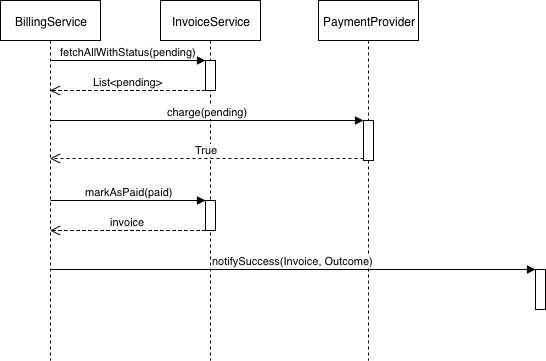
This is img/ps.png from elleFlorio/antaeus, a draw.io export, as it was before one commit. Source tidied: cells renumbered, new cells last; positions are measured from the earlier drawing's top-left corner, leaving out a move shared by most shapes.
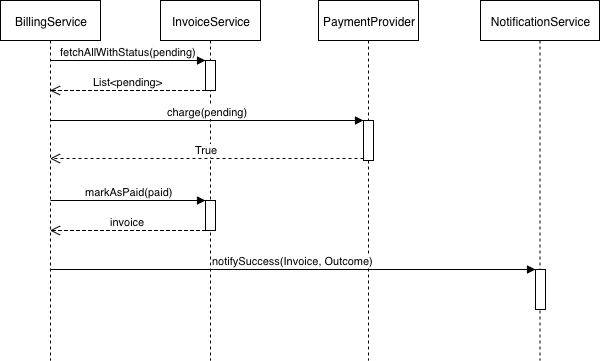
Above is the later version.

Change to the diagram source:
```diff
@@ -51,13 +51,16 @@
         <mxPoint x="50" y="200" as="sourcePoint" />
       </mxGeometry>
     </mxCell>
-    <mxCell id="14" style="html=1;points=[];perimeter=orthogonalPerimeter;" parent="1" vertex="1">
-      <mxGeometry x="535" y="269" width="10" height="40" as="geometry" />
+    <mxCell id="14" value="NotificationService" style="shape=umlLifeline;perimeter=lifelinePerimeter;whiteSpace=wrap;html=1;outlineConnect=0;" parent="1" vertex="1">
+      <mxGeometry x="480" width="119" height="360" as="geometry" />
     </mxCell>
-    <mxCell id="15" value="notifySuccess(Invoice, Outcome)" style="html=1;verticalAlign=bottom;endArrow=block;entryX=0;entryY=0;" parent="1" edge="1" target="14">
-      <mxGeometry relative="1" as="geometry">
-        <mxPoint x="49.5" y="269" as="sourcePoint" />
-      </mxGeometry>
+    <mxCell id="15" style="html=1;points=[];perimeter=orthogonalPerimeter;" parent="14" vertex="1">
+      <mxGeometry x="55" y="269" width="10" height="40" as="geometry" />
     </mxCell>
+    <mxCell id="16" value="notifySuccess(Invoice, Outcome)" style="html=1;verticalAlign=bottom;endArrow=block;entryX=0;entryY=0;" parent="1" edge="1" target="15">
+      <mxGeometry relative="1" as="geometry">
+        <mxPoint x="49.5" y="269" as="sourcePoint" />
+      </mxGeometry>
+    </mxCell>
   </root>
 </mxGraphModel>
```
